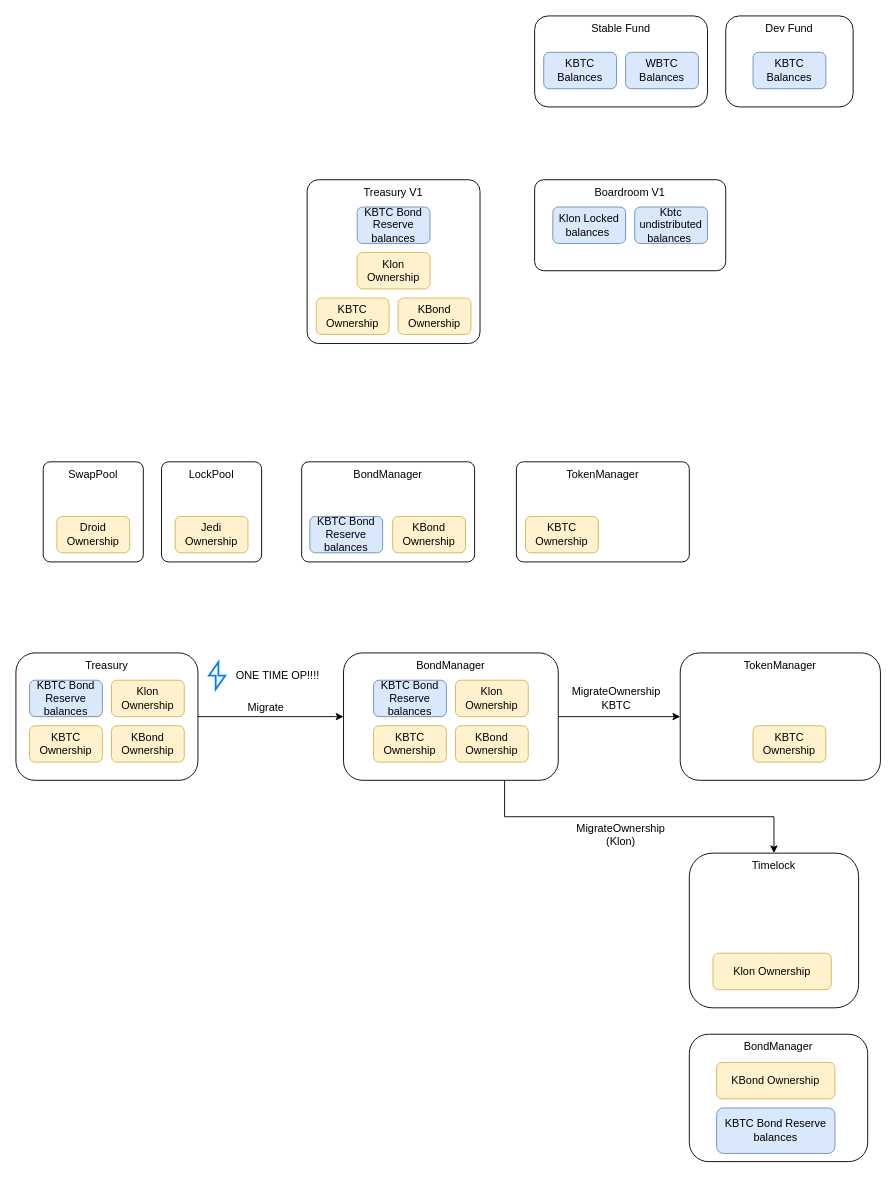
Before: page "Permissions" (1 of 2) of docs/Acrhitecture.drawio in klondike-finance/klondike-protocol-v2, a draw.io diagram. Source tidied: cells renumbered, new cells numbered last; positions are measured from the earlier drawing's top-left corner, leaving out a move shared by most shapes. Both pictures are drawn from the tidied source at 91%, with x=0, y=0 at pixel (15, 15).
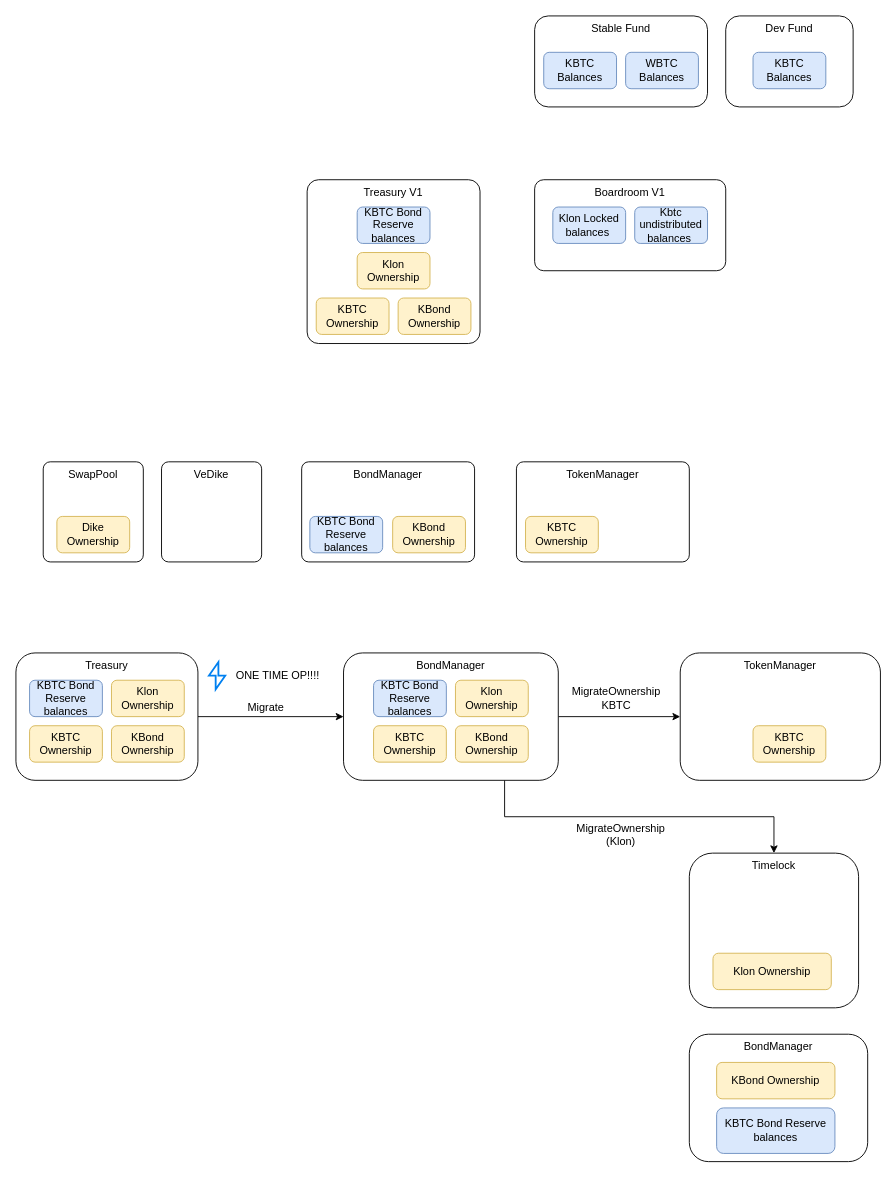
The same page after the edit.

What changed in the source:
```diff
@@
-    <mxCell id="21" value="Droid Ownership" style="rounded=1;whiteSpace=wrap;html=1;fillColor=#fff2cc;strokeColor=#d6b656;" parent="1" vertex="1">
+    <mxCell id="21" value="Dike Ownership" style="rounded=1;whiteSpace=wrap;html=1;fillColor=#fff2cc;strokeColor=#d6b656;" parent="1" vertex="1">
       <mxGeometry x="45" y="550" width="80" height="40" as="geometry" />
     </mxCell>
-    <mxCell id="22" value="LockPool" style="rounded=1;whiteSpace=wrap;html=1;verticalAlign=top;arcSize=7;" parent="1" vertex="1">
+    <mxCell id="22" value="VeDike" style="rounded=1;whiteSpace=wrap;html=1;verticalAlign=top;arcSize=7;" parent="1" vertex="1">
       <mxGeometry x="160" y="490" width="110" height="110" as="geometry" />
     </mxCell>
-    <mxCell id="23" value="Jedi Ownership" style="rounded=1;whiteSpace=wrap;html=1;fillColor=#fff2cc;strokeColor=#d6b656;" parent="1" vertex="1">
-      <mxGeometry x="175" y="550" width="80" height="40" as="geometry" />
-    </mxCell>
```
